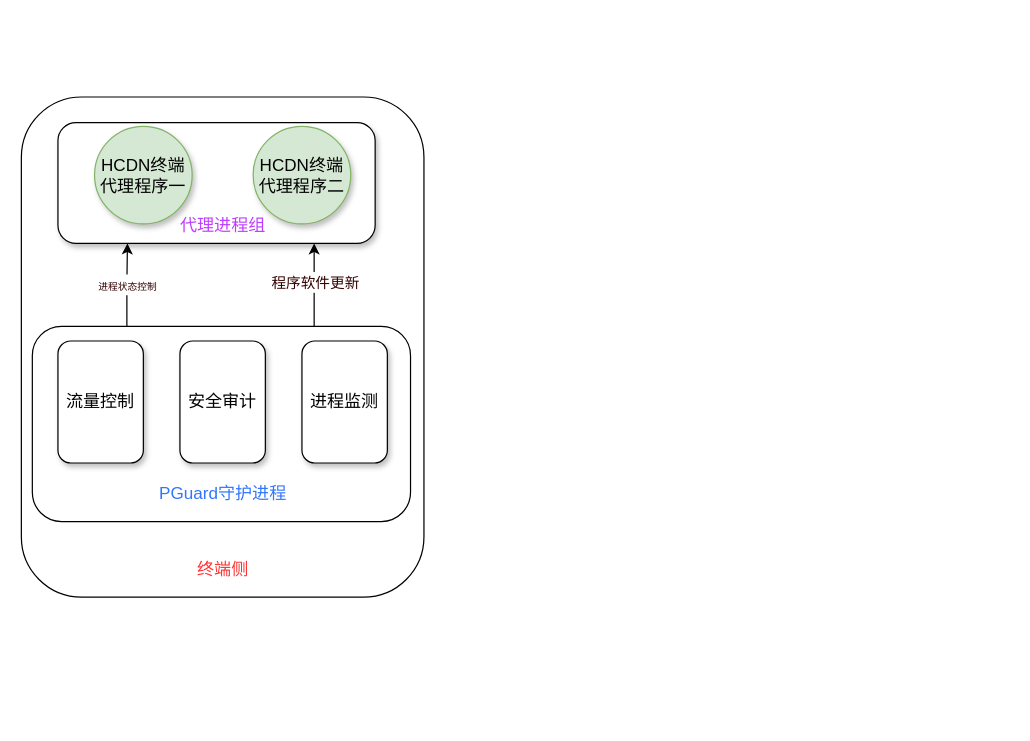
Before: 未命名绘图.drawio in zcchange/Sample, a draw.io diagram. Source tidied: cells renumbered, new cells numbered last; positions are measured from the earlier drawing's top-left corner, leaving out a move shared by most shapes. Both pictures are drawn from the tidied source at 122%, with x=0, y=0 at pixel (21, 96).
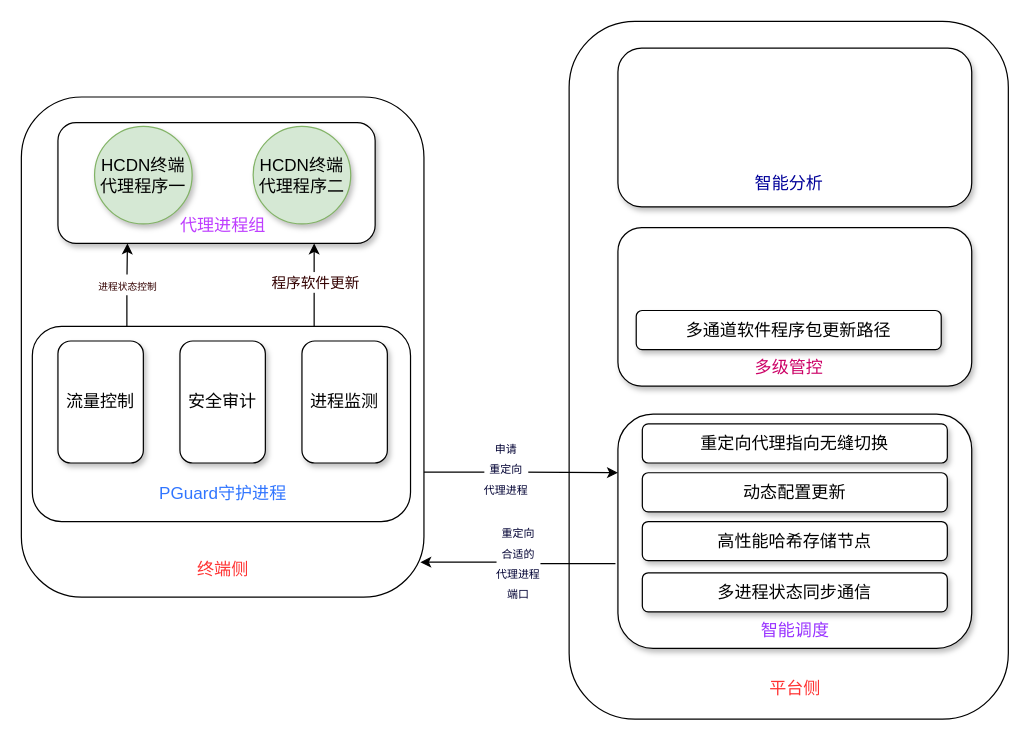
The same diagram, later.

Commit message (it also covers changes not shown here):
更新未命名绘图.drawio

The change refers to these unchanged cells:
```xml
<mxCell id="2" style="rounded=1;whiteSpace=wrap;html=1;" parent="1" vertex="1">
  <mxGeometry width="330" height="410" as="geometry" />
</mxCell>
```

The edit, as a diff of the source:
```diff
@@
     <mxCell id="7" style="ellipse;whiteSpace=wrap;html=1;shadow=1;fontSize=14;fontColor=#3075FF;opacity=0;" parent="1" vertex="1">
-      <mxGeometry x="340" y="210" width="80" height="80" as="geometry" />
+      <mxGeometry x="359" y="210" width="80" height="80" as="geometry" />
     </mxCell>
@@
+    <mxCell id="17" style="rounded=1;whiteSpace=wrap;html=1;" parent="1" vertex="1">
+      <mxGeometry x="449" y="-62" width="360" height="572" as="geometry" />
+    </mxCell>
+    <mxCell id="18" style="rounded=1;whiteSpace=wrap;html=1;shadow=1;fontSize=12;fontColor=#330000;" parent="1" vertex="1">
+      <mxGeometry x="489" y="-40" width="290" height="130" as="geometry" />
+    </mxCell>
+    <mxCell id="19" style="rounded=1;whiteSpace=wrap;html=1;shadow=1;fontSize=12;fontColor=#330000;" parent="1" vertex="1">
+      <mxGeometry x="489" y="107" width="290" height="130" as="geometry" />
+    </mxCell>
+    <mxCell id="20" value="&lt;font style=&quot;font-size: 9px;&quot;&gt;重定向&lt;br&gt;合适的&lt;br&gt;代理进程&lt;br&gt;端口&lt;/font&gt;" style="edgeStyle=orthogonalEdgeStyle;rounded=0;jettySize=auto;html=1;exitX=-0.007;exitY=0.638;exitDx=0;exitDy=0;entryX=0.991;entryY=0.93;entryDx=0;entryDy=0;entryPerimeter=0;fontSize=14;fontColor=#000033;exitPerimeter=0;" parent="1" edge="1" source="21" target="2">
+      <mxGeometry relative="1" as="geometry" />
+    </mxCell>
+    <mxCell id="21" style="rounded=1;whiteSpace=wrap;html=1;shadow=1;fontSize=12;fontColor=#330000;" parent="1" vertex="1">
+      <mxGeometry x="489" y="260" width="290" height="192" as="geometry" />
+    </mxCell>
+    <mxCell id="22" value="&lt;font color=&quot;#ff3333&quot;&gt;&lt;span style=&quot;font-size: 14px;&quot;&gt;平台侧&lt;/span&gt;&lt;/font&gt;" style="rounded=1;whiteSpace=wrap;html=1;rotation=0;shadow=1;opacity=0;align=center;direction=south;" parent="1" vertex="1">
+      <mxGeometry x="554.6" y="470" width="158.8" height="30" as="geometry" />
+    </mxCell>
+    <mxCell id="23" value="&lt;span style=&quot;font-size: 14px;&quot;&gt;&lt;font color=&quot;#9933ff&quot;&gt;智能调度&lt;/font&gt;&lt;/span&gt;" style="rounded=1;whiteSpace=wrap;html=1;rotation=0;shadow=1;opacity=0;align=center;direction=south;" parent="1" vertex="1">
+      <mxGeometry x="554.6" y="422" width="158.8" height="30" as="geometry" />
+    </mxCell>
+    <mxCell id="24" value="&lt;font color=&quot;#000000&quot;&gt;&lt;span style=&quot;font-size: 14px;&quot;&gt;多进程状态同步通信&lt;/span&gt;&lt;/font&gt;" style="rounded=1;whiteSpace=wrap;html=1;shadow=1;fontSize=12;fontColor=#330000;" parent="1" vertex="1">
+      <mxGeometry x="509" y="390" width="250" height="32" as="geometry" />
+    </mxCell>
+    <mxCell id="25" value="&lt;font color=&quot;#000000&quot;&gt;&lt;span style=&quot;font-size: 14px;&quot;&gt;高性能哈希存储节点&lt;/span&gt;&lt;/font&gt;" style="rounded=1;whiteSpace=wrap;html=1;shadow=1;fontSize=12;fontColor=#330000;" parent="1" vertex="1">
+      <mxGeometry x="509" y="348" width="250" height="32" as="geometry" />
+    </mxCell>
+    <mxCell id="26" value="&lt;font color=&quot;#000000&quot;&gt;&lt;span style=&quot;font-size: 14px;&quot;&gt;动态配置更新&lt;/span&gt;&lt;/font&gt;" style="rounded=1;whiteSpace=wrap;html=1;shadow=1;fontSize=12;fontColor=#330000;" parent="1" vertex="1">
+      <mxGeometry x="509" y="308" width="250" height="32" as="geometry" />
+    </mxCell>
+    <mxCell id="27" value="&lt;font color=&quot;#000000&quot;&gt;&lt;span style=&quot;font-size: 14px;&quot;&gt;重定向代理指向无缝切换&lt;/span&gt;&lt;/font&gt;" style="rounded=1;whiteSpace=wrap;html=1;shadow=1;fontSize=12;fontColor=#330000;" parent="1" vertex="1">
+      <mxGeometry x="509" y="268" width="250" height="32" as="geometry" />
+    </mxCell>
+    <mxCell id="28" value="&lt;span style=&quot;font-size: 14px;&quot;&gt;&lt;font color=&quot;#cc0066&quot;&gt;多级管控&lt;/font&gt;&lt;/span&gt;" style="rounded=1;whiteSpace=wrap;html=1;rotation=0;shadow=1;opacity=0;align=center;direction=south;" parent="1" vertex="1">
+      <mxGeometry x="549.6" y="207" width="158.8" height="30" as="geometry" />
+    </mxCell>
+    <mxCell id="29" style="edgeStyle=orthogonalEdgeStyle;rounded=0;jettySize=auto;html=1;fontSize=14;fontColor=#000033;entryX=0;entryY=0.25;entryDx=0;entryDy=0;exitX=1;exitY=0.75;exitDx=0;exitDy=0;" parent="1" edge="1" source="2" target="21">
+      <mxGeometry relative="1" as="geometry" />
+    </mxCell>
+    <mxCell id="30" value="&lt;font style=&quot;font-size: 9px;&quot;&gt;申请&lt;br&gt;重定向&lt;br&gt;代理进程&lt;/font&gt;" style="edgeLabel;html=1;align=center;verticalAlign=middle;fontSize=14;fontColor=#000033;" parent="29" vertex="1">
+      <mxGeometry x="-0.72" y="4" relative="1" as="geometry">
+        <mxPoint x="44" as="offset" />
+      </mxGeometry>
+    </mxCell>
+    <mxCell id="31" value="&lt;font color=&quot;#000000&quot;&gt;&lt;span style=&quot;font-size: 14px;&quot;&gt;多通道软件程序包更新路径&lt;/span&gt;&lt;/font&gt;" style="rounded=1;whiteSpace=wrap;html=1;shadow=1;fontSize=12;fontColor=#330000;" parent="1" vertex="1">
+      <mxGeometry x="504" y="175" width="250" height="32" as="geometry" />
+    </mxCell>
+    <mxCell id="32" value="&lt;span style=&quot;font-size: 14px;&quot;&gt;&lt;font color=&quot;#000099&quot;&gt;智能分析&lt;/font&gt;&lt;/span&gt;" style="rounded=1;whiteSpace=wrap;html=1;rotation=0;shadow=1;opacity=0;align=center;direction=south;" parent="1" vertex="1">
+      <mxGeometry x="549.6" y="55.5" width="158.8" height="30" as="geometry" />
+    </mxCell>
```
